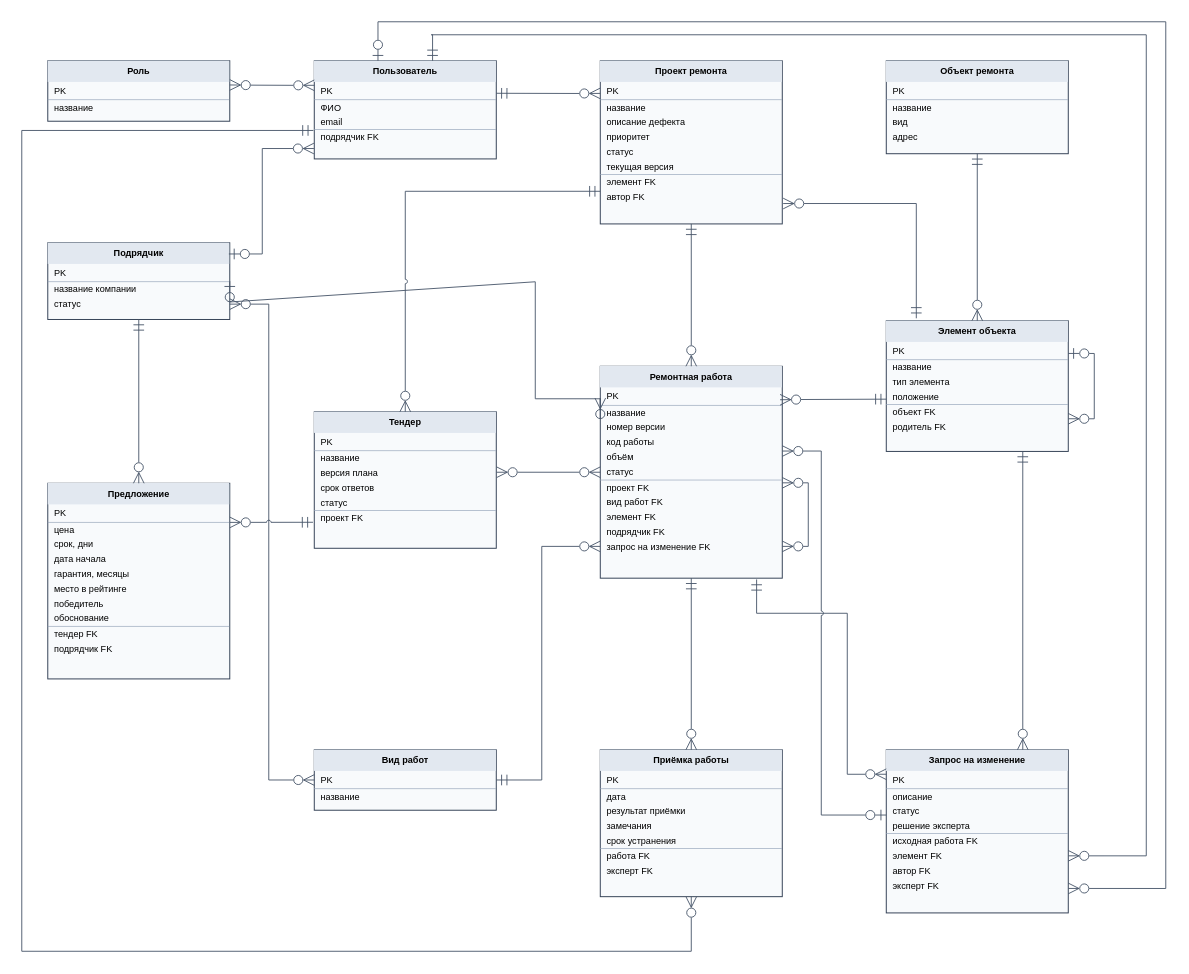
The draw.io diagram docs/er/remkomstroy.drawio in Dmitry-Kuzmin456/is_coursework, before the edit. Source tidied: cells renumbered, new cells numbered last; positions are measured from the earlier drawing's top-left corner, leaving out a move shared by most shapes. Both pictures are drawn from the tidied source at 65%, with x=0, y=0 at pixel (21, 21).
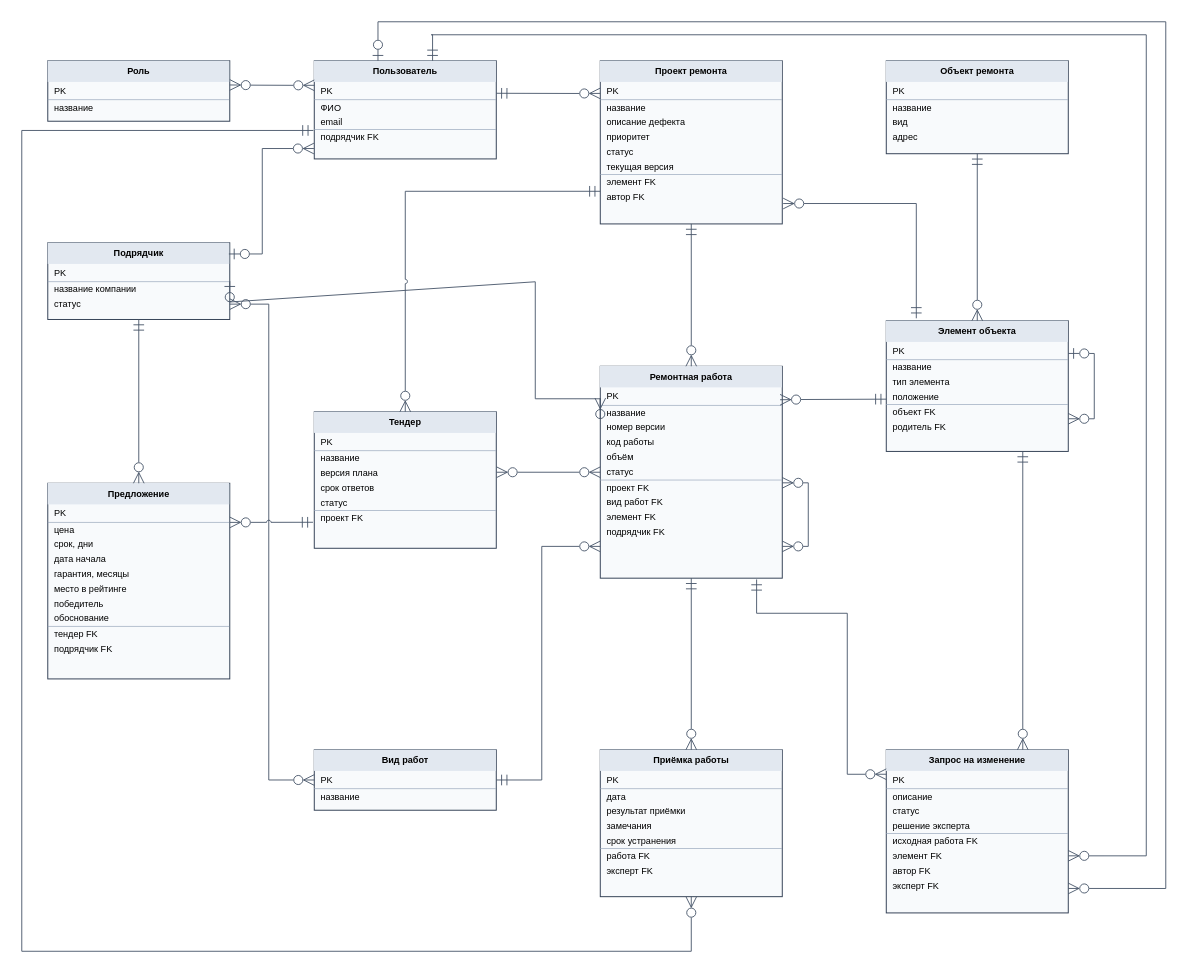
Above is the later version.

The change refers to these unchanged cells:
```xml
<mxCell id="12" value="&lt;table style=&quot;border-collapse:collapse;width:100%;font-family:Arial;font-size:14px&quot;&gt;&lt;tr&gt;&lt;td style=&quot;background-color:#e2e8f0;text-align:center;padding:8px&quot;&gt;&lt;b&gt;Запрос на изменение&lt;/b&gt;&lt;/td&gt;&lt;/tr&gt;&lt;tr&gt;&lt;td style=&quot;padding:5px 10px;border-bottom:1px solid #94a3b8&quot;&gt;PK&lt;/td&gt;&lt;/tr&gt;&lt;tr&gt;&lt;td style=&quot;padding:3px 10px&quot;&gt;описание&lt;/td&gt;&lt;/tr&gt;&lt;tr&gt;&lt;td style=&quot;padding:3px 10px&quot;&gt;статус&lt;/td&gt;&lt;/tr&gt;&lt;tr&gt;&lt;td style=&quot;padding:3px 10px&quot;&gt;решение эксперта&lt;/td&gt;&lt;/tr&gt;&lt;tr&gt;&lt;td style=&quot;height:1px;padding:0;background-color:#94a3b8&quot;&gt;&lt;/td&gt;&lt;/tr&gt;&lt;tr&gt;&lt;td style=&quot;padding:3px 10px&quot;&gt;исходная работа FK&lt;/td&gt;&lt;/tr&gt;&lt;tr&gt;&lt;td style=&quot;padding:3px 10px&quot;&gt;элемент FK&lt;/td&gt;&lt;/tr&gt;&lt;tr&gt;&lt;td style=&quot;padding:3px 10px&quot;&gt;автор FK&lt;/td&gt;&lt;/tr&gt;&lt;tr&gt;&lt;td style=&quot;padding:3px 10px&quot;&gt;эксперт FK&lt;/td&gt;&lt;/tr&gt;&lt;/table&gt;" style="rounded=0;whiteSpace=wrap;html=1;fillColor=#f8fafc;strokeColor=#334155;strokeWidth=1.5;align=left;verticalAlign=top;spacing=0;overflow=fill;fontFamily=Arial;fontSize=14;" parent="1" vertex="1">
  <mxGeometry x="1330" y="1120" width="280" height="251" as="geometry" />
</mxCell>
```

Diff of the diagram source:
```diff
@@
-    <mxCell id="9" value="&lt;table style=&quot;border-collapse:collapse;width:100%;font-family:Arial;font-size:14px&quot;&gt;&lt;tr&gt;&lt;td style=&quot;background-color:#e2e8f0;text-align:center;padding:8px&quot;&gt;&lt;b&gt;Ремонтная работа&lt;/b&gt;&lt;/td&gt;&lt;/tr&gt;&lt;tr&gt;&lt;td style=&quot;padding:5px 10px;border-bottom:1px solid #94a3b8&quot;&gt;PK&lt;/td&gt;&lt;/tr&gt;&lt;tr&gt;&lt;td style=&quot;padding:3px 10px&quot;&gt;название&lt;/td&gt;&lt;/tr&gt;&lt;tr&gt;&lt;td style=&quot;padding:3px 10px&quot;&gt;номер версии&lt;/td&gt;&lt;/tr&gt;&lt;tr&gt;&lt;td style=&quot;padding:3px 10px&quot;&gt;код работы&lt;/td&gt;&lt;/tr&gt;&lt;tr&gt;&lt;td style=&quot;padding:3px 10px&quot;&gt;объём&lt;/td&gt;&lt;/tr&gt;&lt;tr&gt;&lt;td style=&quot;padding:3px 10px&quot;&gt;статус&lt;/td&gt;&lt;/tr&gt;&lt;tr&gt;&lt;td style=&quot;height:1px;padding:0;background-color:#94a3b8&quot;&gt;&lt;/td&gt;&lt;/tr&gt;&lt;tr&gt;&lt;td style=&quot;padding:3px 10px&quot;&gt;проект FK&lt;/td&gt;&lt;/tr&gt;&lt;tr&gt;&lt;td style=&quot;padding:3px 10px&quot;&gt;вид работ FK&lt;/td&gt;&lt;/tr&gt;&lt;tr&gt;&lt;td style=&quot;padding:3px 10px&quot;&gt;элемент FK&lt;/td&gt;&lt;/tr&gt;&lt;tr&gt;&lt;td style=&quot;padding:3px 10px&quot;&gt;подрядчик FK&lt;/td&gt;&lt;/tr&gt;&lt;tr&gt;&lt;td style=&quot;padding:3px 10px&quot;&gt;запрос на изменение FK&lt;/td&gt;&lt;/tr&gt;&lt;/table&gt;" style="rounded=0;whiteSpace=wrap;html=1;fillColor=#f8fafc;strokeColor=#334155;strokeWidth=1.5;align=left;verticalAlign=top;spacing=0;overflow=fill;fontFamily=Arial;fontSize=14;" parent="1" vertex="1">
+    <mxCell id="9" value="&lt;table style=&quot;border-collapse:collapse;width:100%;font-family:Arial;font-size:14px&quot;&gt;&lt;tr&gt;&lt;td style=&quot;background-color:#e2e8f0;text-align:center;padding:8px&quot;&gt;&lt;b&gt;Ремонтная работа&lt;/b&gt;&lt;/td&gt;&lt;/tr&gt;&lt;tr&gt;&lt;td style=&quot;padding:5px 10px;border-bottom:1px solid #94a3b8&quot;&gt;PK&lt;/td&gt;&lt;/tr&gt;&lt;tr&gt;&lt;td style=&quot;padding:3px 10px&quot;&gt;название&lt;/td&gt;&lt;/tr&gt;&lt;tr&gt;&lt;td style=&quot;padding:3px 10px&quot;&gt;номер версии&lt;/td&gt;&lt;/tr&gt;&lt;tr&gt;&lt;td style=&quot;padding:3px 10px&quot;&gt;код работы&lt;/td&gt;&lt;/tr&gt;&lt;tr&gt;&lt;td style=&quot;padding:3px 10px&quot;&gt;объём&lt;/td&gt;&lt;/tr&gt;&lt;tr&gt;&lt;td style=&quot;padding:3px 10px&quot;&gt;статус&lt;/td&gt;&lt;/tr&gt;&lt;tr&gt;&lt;td style=&quot;height:1px;padding:0;background-color:#94a3b8&quot;&gt;&lt;/td&gt;&lt;/tr&gt;&lt;tr&gt;&lt;td style=&quot;padding:3px 10px&quot;&gt;проект FK&lt;/td&gt;&lt;/tr&gt;&lt;tr&gt;&lt;td style=&quot;padding:3px 10px&quot;&gt;вид работ FK&lt;/td&gt;&lt;/tr&gt;&lt;tr&gt;&lt;td style=&quot;padding:3px 10px&quot;&gt;элемент FK&lt;/td&gt;&lt;/tr&gt;&lt;tr&gt;&lt;td style=&quot;padding:3px 10px&quot;&gt;подрядчик FK&lt;/td&gt;&lt;/tr&gt;&lt;/table&gt;" style="rounded=0;whiteSpace=wrap;html=1;fillColor=#f8fafc;strokeColor=#334155;strokeWidth=1.5;align=left;verticalAlign=top;spacing=0;overflow=fill;fontFamily=Arial;fontSize=14;" parent="1" vertex="1">
       <mxGeometry x="890" y="530" width="280" height="326" as="geometry" />
     </mxCell>
@@
-    <mxCell id="34" style="edgeStyle=orthogonalEdgeStyle;rounded=0;jettySize=30;html=1;strokeColor=#475569;strokeWidth=1.4;startArrow=ERzeroToOne;startFill=0;startSize=14;endArrow=ERzeroToMany;endFill=0;endSize=14;fontFamily=Arial;fontSize=12;fontColor=#334155;labelBackgroundColor=#ffffff;exitX=0;exitY=0.4;exitDx=0;exitDy=0;entryX=1;entryY=0.4;entryDx=0;entryDy=0;jumpStyle=arc;" parent="1" edge="1" source="12" target="9">
-      <mxGeometry relative="1" as="geometry">
-        <Array as="points">
-          <mxPoint x="1230" y="1220" />
-          <mxPoint x="1230" y="660" />
-          <mxPoint x="1170" y="660" />
-        </Array>
-      </mxGeometry>
-    </mxCell>
```
